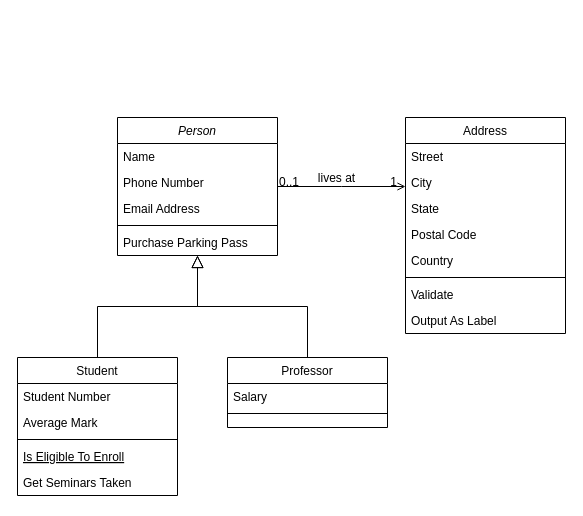
The draw.io diagram Untitled Diagram.drawio in BryanLeite-dev/LookCre, before the edit. Source tidied: cells renumbered, new cells numbered last; positions are measured from the earlier drawing's top-left corner, leaving out a move shared by most shapes. Both pictures are drawn from the tidied source at 100%, with x=0, y=0 at pixel (17, 117).
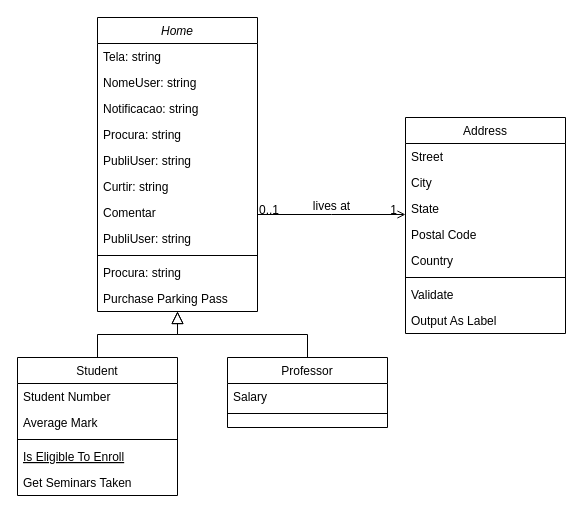
Above is the later version.

The edit, as a diff of the source:
```diff
@@
-    <mxCell id="2" value="Person" style="swimlane;fontStyle=2;align=center;verticalAlign=top;horizontal=1;startSize=26;rounded=0;shadow=0;strokeWidth=1;" parent="1" vertex="1">
-      <mxGeometry x="100" width="160" height="138" as="geometry" />
+    <mxCell id="2" value="Home&#10;" style="swimlane;fontStyle=2;align=center;verticalAlign=top;horizontal=1;startSize=26;rounded=0;shadow=0;strokeWidth=1;" parent="1" vertex="1">
+      <mxGeometry x="80" y="-100" width="160" height="294" as="geometry" />
     </mxCell>
-    <mxCell id="3" value="Name" style="text;align=left;verticalAlign=top;spacingLeft=4;spacingRight=4;overflow=hidden;" parent="2" vertex="1">
+    <mxCell id="3" value="Tela: string" style="text;align=left;verticalAlign=top;spacingLeft=4;spacingRight=4;overflow=hidden;" parent="2" vertex="1">
       <mxGeometry y="26" width="160" height="26" as="geometry" />
     </mxCell>
-    <mxCell id="4" value="Phone Number" style="text;align=left;verticalAlign=top;spacingLeft=4;spacingRight=4;overflow=hidden;rounded=0;shadow=0;html=0;" parent="2" vertex="1">
+    <mxCell id="4" value="NomeUser: string" style="text;align=left;verticalAlign=top;spacingLeft=4;spacingRight=4;overflow=hidden;rounded=0;shadow=0;html=0;" parent="2" vertex="1">
       <mxGeometry y="52" width="160" height="26" as="geometry" />
     </mxCell>
-    <mxCell id="5" value="Email Address" style="text;align=left;verticalAlign=top;spacingLeft=4;spacingRight=4;overflow=hidden;rounded=0;shadow=0;html=0;" parent="2" vertex="1">
+    <mxCell id="5" value="Notificacao: string&#10;" style="text;align=left;verticalAlign=top;spacingLeft=4;spacingRight=4;overflow=hidden;rounded=0;shadow=0;html=0;" parent="2" vertex="1">
       <mxGeometry y="78" width="160" height="26" as="geometry" />
     </mxCell>
+    <mxCell id="32" value="Procura: string" style="text;align=left;verticalAlign=top;spacingLeft=4;spacingRight=4;overflow=hidden;rounded=0;shadow=0;html=0;" parent="2" vertex="1">
+      <mxGeometry y="104" width="160" height="26" as="geometry" />
+    </mxCell>
+    <mxCell id="33" value="PubliUser: string" style="text;align=left;verticalAlign=top;spacingLeft=4;spacingRight=4;overflow=hidden;rounded=0;shadow=0;html=0;" parent="2" vertex="1">
+      <mxGeometry y="130" width="160" height="26" as="geometry" />
+    </mxCell>
+    <mxCell id="34" value="Curtir: string" style="text;align=left;verticalAlign=top;spacingLeft=4;spacingRight=4;overflow=hidden;rounded=0;shadow=0;html=0;" parent="2" vertex="1">
+      <mxGeometry y="156" width="160" height="26" as="geometry" />
+    </mxCell>
+    <mxCell id="35" value="Comentar " style="text;align=left;verticalAlign=top;spacingLeft=4;spacingRight=4;overflow=hidden;rounded=0;shadow=0;html=0;" parent="2" vertex="1">
+      <mxGeometry y="182" width="160" height="26" as="geometry" />
+    </mxCell>
+    <mxCell id="36" value="PubliUser: string" style="text;align=left;verticalAlign=top;spacingLeft=4;spacingRight=4;overflow=hidden;rounded=0;shadow=0;html=0;" parent="2" vertex="1">
+      <mxGeometry y="208" width="160" height="26" as="geometry" />
+    </mxCell>
     <mxCell id="6" style="line;html=1;strokeWidth=1;align=left;verticalAlign=middle;spacingTop=-1;spacingLeft=3;spacingRight=3;labelPosition=right;" parent="2" vertex="1">
-      <mxGeometry y="104" width="160" height="8" as="geometry" />
+      <mxGeometry y="234" width="160" height="8" as="geometry" />
     </mxCell>
+    <mxCell id="37" value="Procura: string" style="text;align=left;verticalAlign=top;spacingLeft=4;spacingRight=4;overflow=hidden;rounded=0;shadow=0;html=0;" parent="2" vertex="1">
+      <mxGeometry y="242" width="160" height="26" as="geometry" />
+    </mxCell>
     <mxCell id="7" value="Purchase Parking Pass" style="text;align=left;verticalAlign=top;spacingLeft=4;spacingRight=4;overflow=hidden;" parent="2" vertex="1">
-      <mxGeometry y="112" width="160" height="26" as="geometry" />
+      <mxGeometry y="268" width="160" height="26" as="geometry" />
     </mxCell>
```
